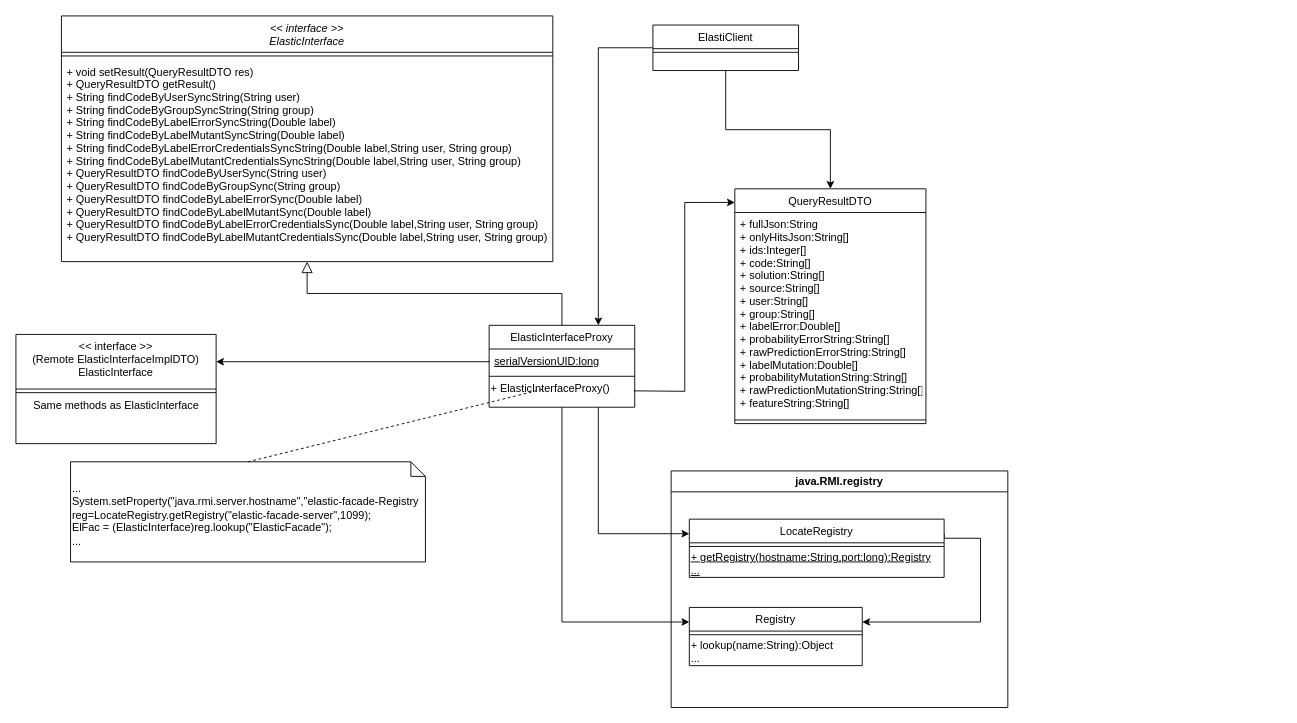
Above: docs/Elastic-facade-orchestrator-client.drawio in josura/Error-classification-ISD (draw.io), before the change. Source tidied: cells renumbered, new cells numbered last; positions are measured from the earlier drawing's top-left corner, leaving out a move shared by most shapes. Both pictures are drawn from the tidied source at 91%, with x=0, y=0 at pixel (15, 15).
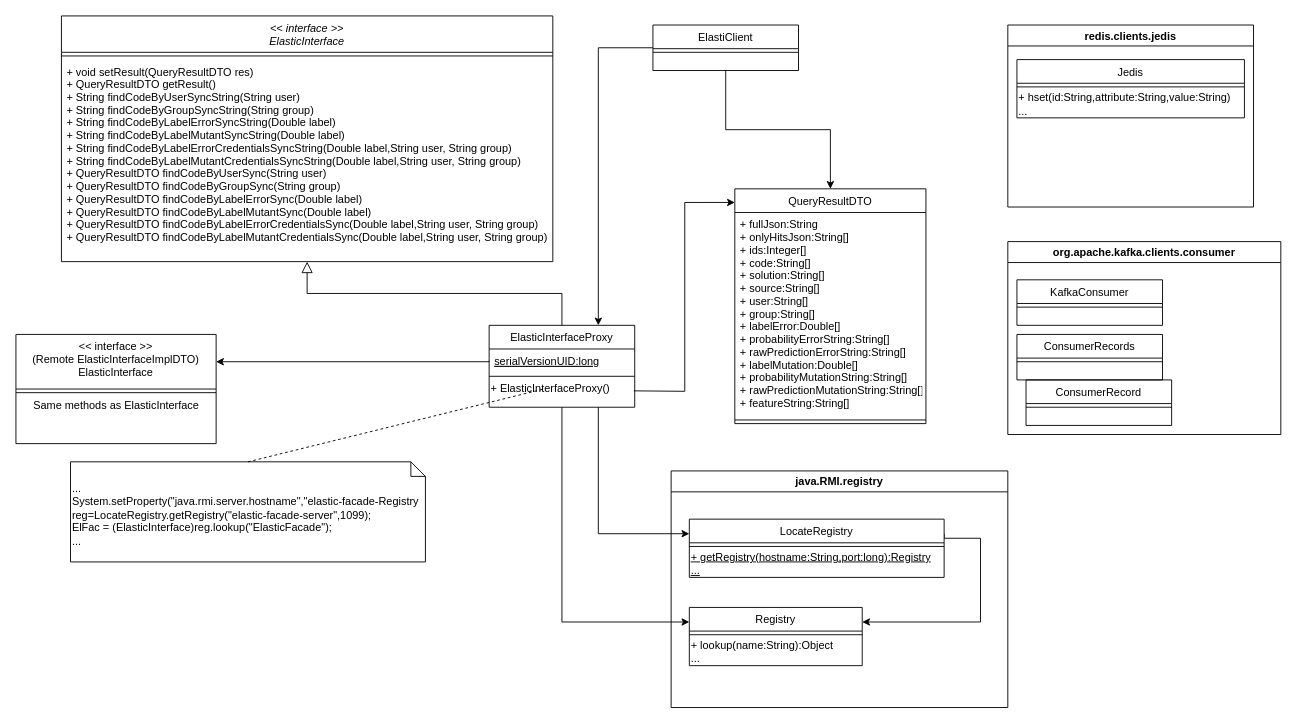
The same page after the edit.

The edit, as a diff of the source:
```diff
@@
+    <mxCell id="37" value="redis.clients.jedis" style="swimlane;align=center;" parent="1" vertex="1">
+      <mxGeometry x="1090" y="10" width="270" height="200" as="geometry" />
+    </mxCell>
+    <mxCell id="38" value="Jedis" style="swimlane;fontStyle=0;align=center;verticalAlign=top;horizontal=1;startSize=26;rounded=0;shadow=0;strokeWidth=1;" parent="37" vertex="1">
+      <mxGeometry x="10" y="38" width="250" height="64" as="geometry" />
+    </mxCell>
+    <mxCell id="39" style="line;html=1;strokeWidth=1;align=left;verticalAlign=middle;spacingTop=-1;spacingLeft=3;spacingRight=3;labelPosition=right;" parent="38" vertex="1">
+      <mxGeometry y="26" width="250" height="8" as="geometry" />
+    </mxCell>
+    <mxCell id="40" value="&lt;div&gt;+ hset(id:String,attribute:String,value:String)&lt;br&gt;&lt;/div&gt;&lt;div&gt;...&lt;br&gt;&lt;/div&gt;" style="text;html=1;align=left;verticalAlign=middle;strokeColor=none;fillColor=none;" parent="38" vertex="1">
+      <mxGeometry y="34" width="250" height="30" as="geometry" />
+    </mxCell>
+    <mxCell id="41" value="org.apache.kafka.clients.consumer" style="swimlane;align=center;" parent="1" vertex="1">
+      <mxGeometry x="1090" y="248" width="300" height="212" as="geometry" />
+    </mxCell>
+    <mxCell id="42" value="KafkaConsumer" style="swimlane;fontStyle=0;align=center;verticalAlign=top;horizontal=1;startSize=26;rounded=0;shadow=0;strokeWidth=1;" parent="41" vertex="1">
+      <mxGeometry x="10" y="42" width="160" height="50" as="geometry" />
+    </mxCell>
+    <mxCell id="43" style="line;html=1;strokeWidth=1;align=left;verticalAlign=middle;spacingTop=-1;spacingLeft=3;spacingRight=3;labelPosition=right;" parent="42" vertex="1">
+      <mxGeometry y="26" width="160" height="8" as="geometry" />
+    </mxCell>
+    <mxCell id="44" value="ConsumerRecord" style="swimlane;fontStyle=0;align=center;verticalAlign=top;horizontal=1;startSize=26;rounded=0;shadow=0;strokeWidth=1;" parent="41" vertex="1">
+      <mxGeometry x="20" y="152" width="160" height="50" as="geometry" />
+    </mxCell>
+    <mxCell id="45" style="line;html=1;strokeWidth=1;align=left;verticalAlign=middle;spacingTop=-1;spacingLeft=3;spacingRight=3;labelPosition=right;" parent="44" vertex="1">
+      <mxGeometry y="26" width="160" height="8" as="geometry" />
+    </mxCell>
+    <mxCell id="46" value="ConsumerRecords" style="swimlane;fontStyle=0;align=center;verticalAlign=top;horizontal=1;startSize=26;rounded=0;shadow=0;strokeWidth=1;" parent="41" vertex="1">
+      <mxGeometry x="10" y="102" width="160" height="50" as="geometry" />
+    </mxCell>
+    <mxCell id="47" style="line;html=1;strokeWidth=1;align=left;verticalAlign=middle;spacingTop=-1;spacingLeft=3;spacingRight=3;labelPosition=right;" parent="46" vertex="1">
+      <mxGeometry y="26" width="160" height="8" as="geometry" />
+    </mxCell>
```
